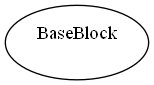
aveen007/CountingMonkeys keeps this Graphviz diagram as cpoCompilerWin/cfgi1.dot.png. Above is the earlier version. Its source is kept beside it as cpoCompilerWin/cfgi1.dot.
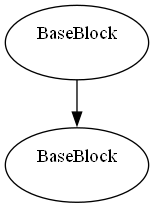
The same diagram one commit later.

Diff of the diagram source:
```diff
@@ -1,3 +1,5 @@
 digraph G {
-    n000001BA8D60AC50 [label="BaseBlock\n "]
+    n000002377810ACC0 [label="BaseBlock\n "]
+    n000002377810ACC0 -> n000002377810B0B0
+    n000002377810B0B0 [label="BaseBlock\n "]
 }
```
